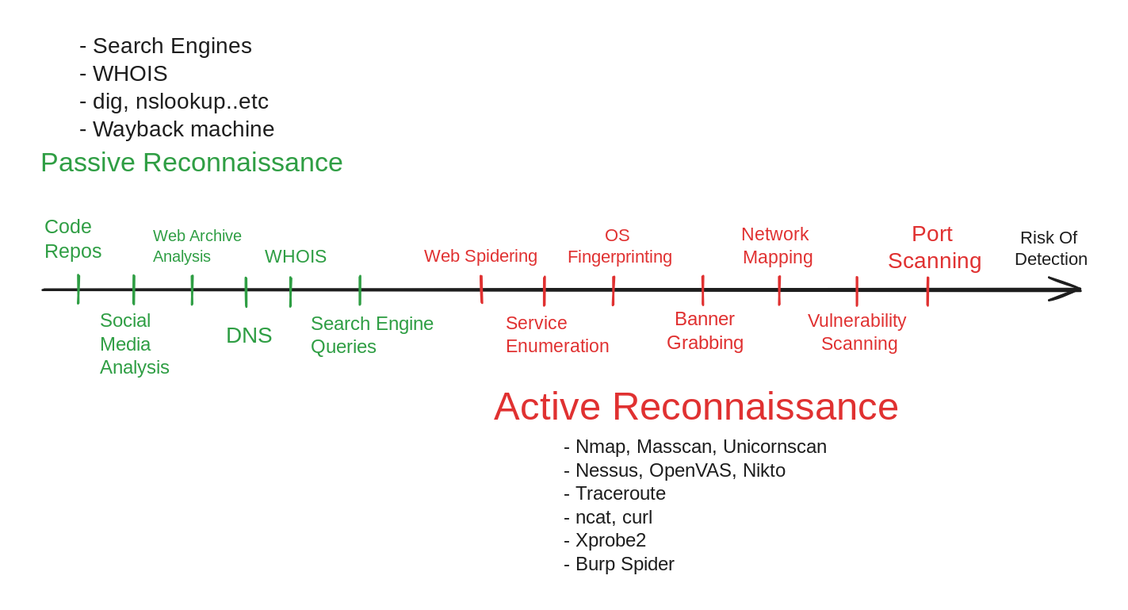
This is .gitbook/assets/file.excalidraw (1).svg from 7ankalis/muninn-cpts, a Excalidraw export, as it was before one commit. Source tidied: one line per element, renumbered; positions are measured from the earlier drawing's top-left corner, leaving out a move shared by most shapes.
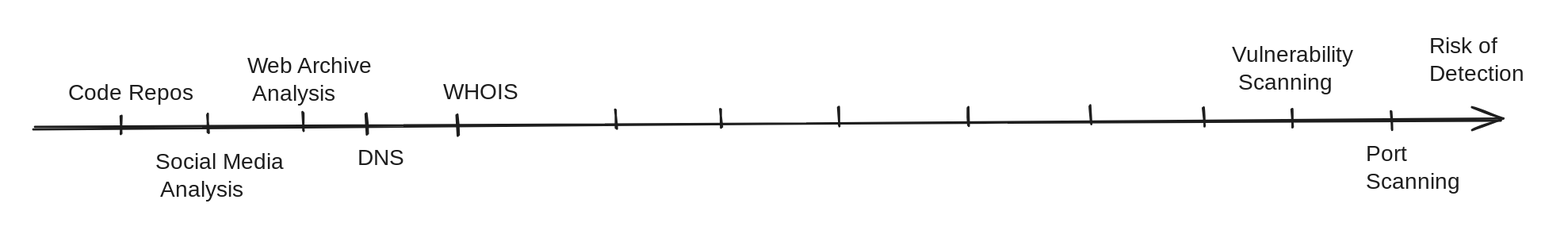
After the commit.

What changed in the source:
```diff
@@ -1,32 +1,22 @@
-{"id": 0, "type": "arrow", "strokeColor": "#1e1e1e", "strokeWidth": 2, "roughness": 1, "endArrowhead": "arrow", "round": true, "x": 9, "y": 230, "width": 934, "height": 1, "points": [[0, 0], [934, 1]]}
-{"id": 1, "type": "line", "strokeColor": "#2f9e44", "strokeWidth": 2, "roughness": 1, "round": true, "x": 40, "y": 218, "width": 0, "height": 25, "points": [[0, 0], [0, 25]]}
-{"id": 2, "type": "line", "strokeColor": "#2f9e44", "strokeWidth": 2, "roughness": 1, "round": true, "x": 91, "y": 219, "width": 0, "height": 25, "points": [[0, 0], [0, 25]]}
-{"id": 3, "type": "line", "strokeColor": "#2f9e44", "strokeWidth": 2, "roughness": 1, "round": true, "x": 143, "y": 219, "width": 0, "height": 25, "points": [[0, 0], [0, 25]]}
-{"id": 4, "type": "line", "strokeColor": "#2f9e44", "strokeWidth": 2, "roughness": 1, "round": true, "x": 192, "y": 221, "width": 0, "height": 25, "points": [[0, 0], [0, 25]]}
-{"id": 5, "type": "line", "strokeColor": "#2f9e44", "strokeWidth": 2, "roughness": 1, "round": true, "x": 232, "y": 220, "width": 0, "height": 25, "points": [[0, 0], [0, 25]]}
-{"id": 6, "type": "line", "strokeColor": "#2f9e44", "strokeWidth": 2, "roughness": 1, "round": true, "x": 294, "y": 219, "width": 0, "height": 25, "points": [[0, 0], [0, 25]]}
-{"id": 7, "type": "line", "strokeColor": "#e03131", "strokeWidth": 2, "roughness": 1, "round": true, "x": 404, "y": 219, "width": 1, "height": 24, "points": [[0, 0], [1, 24]]}
-{"id": 8, "type": "line", "strokeColor": "#e03131", "strokeWidth": 2, "roughness": 1, "round": true, "x": 461, "y": 220, "width": 0, "height": 25, "points": [[0, 0], [0, 25]]}
-{"id": 9, "type": "line", "strokeColor": "#e03131", "strokeWidth": 2, "roughness": 1, "round": true, "x": 523, "y": 220, "width": 0, "height": 25, "points": [[0, 0], [0, 25]]}
-{"id": 10, "type": "line", "strokeColor": "#e03131", "strokeWidth": 2, "roughness": 1, "round": true, "x": 603, "y": 219, "width": 0, "height": 25, "points": [[0, 0], [0, 25]]}
-{"id": 11, "type": "line", "strokeColor": "#e03131", "strokeWidth": 2, "roughness": 1, "round": true, "x": 672, "y": 219, "width": 0, "height": 25, "points": [[0, 0], [0, 25]]}
-{"id": 12, "type": "line", "strokeColor": "#e03131", "strokeWidth": 2, "roughness": 1, "round": true, "x": 742, "y": 219, "width": 0, "height": 25, "points": [[0, 0], [0, 25]]}
-{"id": 13, "type": "line", "strokeColor": "#e03131", "strokeWidth": 2, "roughness": 1, "round": true, "x": 806, "y": 220, "width": 0, "height": 25, "points": [[0, 0], [0, 25]]}
+{"id": 32, "type": "arrow", "strokeColor": "#1e1e1e", "strokeWidth": 2, "roughness": 1, "endArrowhead": "arrow", "round": true, "x": -69, "y": 332, "width": 1322, "height": 6, "points": [[0, 0], [1322, -6]]}
+{"id": 33, "type": "text", "text": "Risk of\nDetection", "strokeColor": "#1e1e1e", "strokeWidth": 2, "roughness": 1, "fontSize": 20, "fontFamily": 1, "x": 1187, "y": 247, "width": 95, "height": 50}
+{"id": 34, "type": "line", "strokeColor": "#1e1e1e", "strokeWidth": 2, "roughness": 1, "round": true, "x": 1153, "y": 318, "width": 1, "height": 16, "points": [[0, 0], [1, 16]]}
+{"id": 35, "type": "line", "strokeColor": "#1e1e1e", "strokeWidth": 2, "roughness": 1, "round": true, "x": 1064, "y": 315, "width": 1, "height": 16, "points": [[0, 0], [1, 16]]}
+{"id": 36, "type": "line", "strokeColor": "#1e1e1e", "strokeWidth": 2, "roughness": 1, "round": true, "x": 984, "y": 314, "width": 1, "height": 16, "points": [[0, 0], [1, 16]]}
+{"id": 37, "type": "line", "strokeColor": "#1e1e1e", "strokeWidth": 2, "roughness": 1, "round": true, "x": 882, "y": 312, "width": 1, "height": 16, "points": [[0, 0], [1, 16]]}
+{"id": 38, "type": "line", "strokeColor": "#1e1e1e", "strokeWidth": 2, "roughness": 1, "round": true, "x": 772, "y": 314, "width": 1, "height": 16, "points": [[0, 0], [1, 16]]}
+{"id": 39, "type": "line", "strokeColor": "#1e1e1e", "strokeWidth": 2, "roughness": 1, "round": true, "x": 655, "y": 314, "width": 1, "height": 16, "points": [[0, 0], [1, 16]]}
+{"id": 40, "type": "line", "strokeColor": "#1e1e1e", "strokeWidth": 2, "roughness": 1, "round": true, "x": 549, "y": 315, "width": 1, "height": 16, "points": [[0, 0], [1, 16]]}
+{"id": 41, "type": "line", "strokeColor": "#1e1e1e", "strokeWidth": 2, "roughness": 1, "round": true, "x": 454, "y": 316, "width": 1, "height": 16, "points": [[0, 0], [1, 16]]}
+{"id": 42, "type": "line", "strokeColor": "#1e1e1e", "strokeWidth": 2, "roughness": 1, "round": true, "x": 311, "y": 321, "width": 1, "height": 18, "points": [[0, 0], [1, 18]]}
+{"id": 43, "type": "line", "strokeColor": "#1e1e1e", "strokeWidth": 2, "roughness": 1, "round": true, "x": 229, "y": 320, "width": 1, "height": 18, "points": [[0, 0], [1, 18]]}
+{"id": 44, "type": "line", "strokeColor": "#1e1e1e", "strokeWidth": 2, "roughness": 1, "round": true, "x": 173, "y": 318, "width": 1, "height": 16, "points": [[0, 0], [1, 16]]}
+{"id": 45, "type": "line", "strokeColor": "#1e1e1e", "strokeWidth": 2, "roughness": 1, "round": true, "x": 87, "y": 320, "width": 1, "height": 16, "points": [[0, 0], [1, 16]]}
+{"id": 46, "type": "line", "strokeColor": "#1e1e1e", "strokeWidth": 2, "roughness": 1, "round": true, "x": 9, "y": 321, "width": 1, "height": 16, "points": [[0, 0], [1, 16]]}
+{"id": 26, "type": "text", "text": "Port \nScanning", "strokeColor": "#1e1e1e", "strokeWidth": 2, "roughness": 1, "fontSize": 20, "fontFamily": 1, "x": 1130, "y": 344, "width": 78, "height": 50}
+{"id": 25, "type": "text", "text": "Vulnerability\n Scanning", "strokeColor": "#1e1e1e", "strokeWidth": 2, "roughness": 1, "fontSize": 20, "fontFamily": 1, "x": 1010, "y": 255, "width": 114, "height": 50}
-{"id": 14, "type": "text", "text": "Code \nRepos", "strokeColor": "#2f9e44", "strokeWidth": 2, "roughness": 1, "fontSize": 17.69, "fontFamily": 1, "x": 10, "y": 164, "width": 50, "height": 44}
+{"id": 14, "type": "text", "text": "Code Repos", "strokeColor": "#1e1e1e", "strokeWidth": 2, "roughness": 1, "fontSize": 20, "fontFamily": 1, "x": -39, "y": 289, "width": 113, "height": 25}
-{"id": 15, "type": "text", "text": "Social\nMedia\nAnalysis", "strokeColor": "#2f9e44", "strokeWidth": 2, "roughness": 1, "fontSize": 16.94, "fontFamily": 1, "x": 60, "y": 249, "width": 65, "height": 64}
+{"id": 15, "type": "text", "text": "Social Media\n Analysis", "strokeColor": "#1e1e1e", "strokeWidth": 2, "roughness": 1, "fontSize": 20, "fontFamily": 1, "x": 40, "y": 351, "width": 122, "height": 50}
-{"id": 16, "type": "text", "text": "Web Archive \nAnalysis", "strokeColor": "#2f9e44", "strokeWidth": 2, "roughness": 1, "fontSize": 14.53, "fontFamily": 1, "x": 108, "y": 174, "width": 90, "height": 36}
+{"id": 16, "type": "text", "text": "Web Archive\n Analysis\n", "strokeColor": "#1e1e1e", "strokeWidth": 2, "roughness": 1, "fontSize": 20, "fontFamily": 1, "x": 123, "y": 265, "width": 113, "height": 75}
-{"id": 17, "type": "text", "text": "DNS", "strokeColor": "#2f9e44", "strokeWidth": 2, "roughness": 1, "fontSize": 20, "fontFamily": 1, "x": 174, "y": 261, "width": 41, "height": 25}
+{"id": 17, "type": "text", "text": "DNS", "strokeColor": "#1e1e1e", "strokeWidth": 2, "roughness": 1, "fontSize": 20, "fontFamily": 1, "x": 222, "y": 348, "width": 41, "height": 25}
-{"id": 18, "type": "text", "text": "WHOIS", "strokeColor": "#2f9e44", "strokeWidth": 2, "roughness": 1, "fontSize": 16.73, "fontFamily": 1, "x": 208, "y": 192, "width": 53, "height": 21}
+{"id": 18, "type": "text", "text": "WHOIS", "strokeColor": "#1e1e1e", "strokeWidth": 2, "roughness": 1, "fontSize": 20, "fontFamily": 1, "x": 299, "y": 288, "width": 64, "height": 25}
-{"id": 19, "type": "text", "text": "Search Engine\nQueries", "strokeColor": "#2f9e44", "strokeWidth": 2, "roughness": 1, "fontSize": 16.86, "fontFamily": 1, "x": 250, "y": 252, "width": 112, "height": 42}
-{"id": 20, "type": "text", "text": "Web Spidering", "strokeColor": "#e03131", "strokeWidth": 2, "roughness": 1, "fontSize": 15.91, "fontFamily": 1, "x": 352, "y": 191, "width": 101, "height": 20}
-{"id": 21, "type": "text", "text": "Service \nEnumeration", "strokeColor": "#e03131", "strokeWidth": 2, "roughness": 1, "fontSize": 16.3, "fontFamily": 1, "x": 426, "y": 252, "width": 94, "height": 41}
-{"id": 22, "type": "text", "text": "OS \nFingerprinting", "strokeColor": "#e03131", "strokeWidth": 2, "roughness": 1, "fontSize": 15.53, "fontFamily": 1, "textAlign": "center", "x": 481, "y": 173, "width": 95, "height": 39}
-{"id": 23, "type": "text", "text": "Banner\nGrabbing", "strokeColor": "#e03131", "strokeWidth": 2, "roughness": 1, "fontSize": 17.3, "fontFamily": 1, "textAlign": "center", "x": 570, "y": 247, "width": 71, "height": 43}
-{"id": 24, "type": "text", "text": "Network \nMapping", "strokeColor": "#e03131", "strokeWidth": 2, "roughness": 1, "fontSize": 16.4, "fontFamily": 1, "textAlign": "center", "x": 636, "y": 172, "width": 71, "height": 41}
-{"id": 25, "type": "text", "text": "Vulnerability \nScanning", "strokeColor": "#e03131", "strokeWidth": 2, "roughness": 1, "fontSize": 16.12, "fontFamily": 1, "textAlign": "center", "x": 695, "y": 250, "width": 100, "height": 40}
-{"id": 26, "type": "text", "text": "Port \nScanning", "strokeColor": "#e03131", "strokeWidth": 2, "roughness": 1, "fontSize": 20, "fontFamily": 1, "textAlign": "center", "x": 774, "y": 169, "width": 78, "height": 50}
-{"id": 27, "type": "text", "text": "Risk Of\n Detection", "strokeColor": "#1e1e1e", "strokeWidth": 2, "roughness": 1, "fontSize": 15.66, "fontFamily": 1, "textAlign": "center", "x": 874, "y": 175, "width": 82, "height": 39}
-{"id": 28, "type": "text", "text": "Passive Reconnaissance", "strokeColor": "#2f9e44", "strokeWidth": 2, "roughness": 1, "fontSize": 24.64, "fontFamily": 1, "textAlign": "center", "x": 0, "y": 102, "width": 285, "height": 31}
-{"id": 29, "type": "text", "text": "Active Reconnaissance", "strokeColor": "#e03131", "strokeWidth": 2, "roughness": 1, "fontSize": 35.07, "fontFamily": 1, "textAlign": "center", "x": 407, "y": 317, "width": 382, "height": 44}
-{"id": 30, "type": "text", "text": "- Nmap, Masscan, Unicornscan\n- Nessus, OpenVAS, Nikto\n- Traceroute\n- ncat, curl\n- Xprobe2\n- Burp Spider", "strokeColor": "#1e1e1e", "strokeWidth": 2, "roughness": 1, "fontSize": 16.86, "fontFamily": 1, "x": 478, "y": 363, "width": 245, "height": 126}
-{"id": 31, "type": "text", "text": "- Search Engines\n- WHOIS\n- dig, nslookup..etc\n- Wayback machine\n", "strokeColor": "#1e1e1e", "strokeWidth": 2, "roughness": 1, "fontSize": 20, "fontFamily": 1, "x": 41, "y": 0, "width": 181, "height": 125}
```
